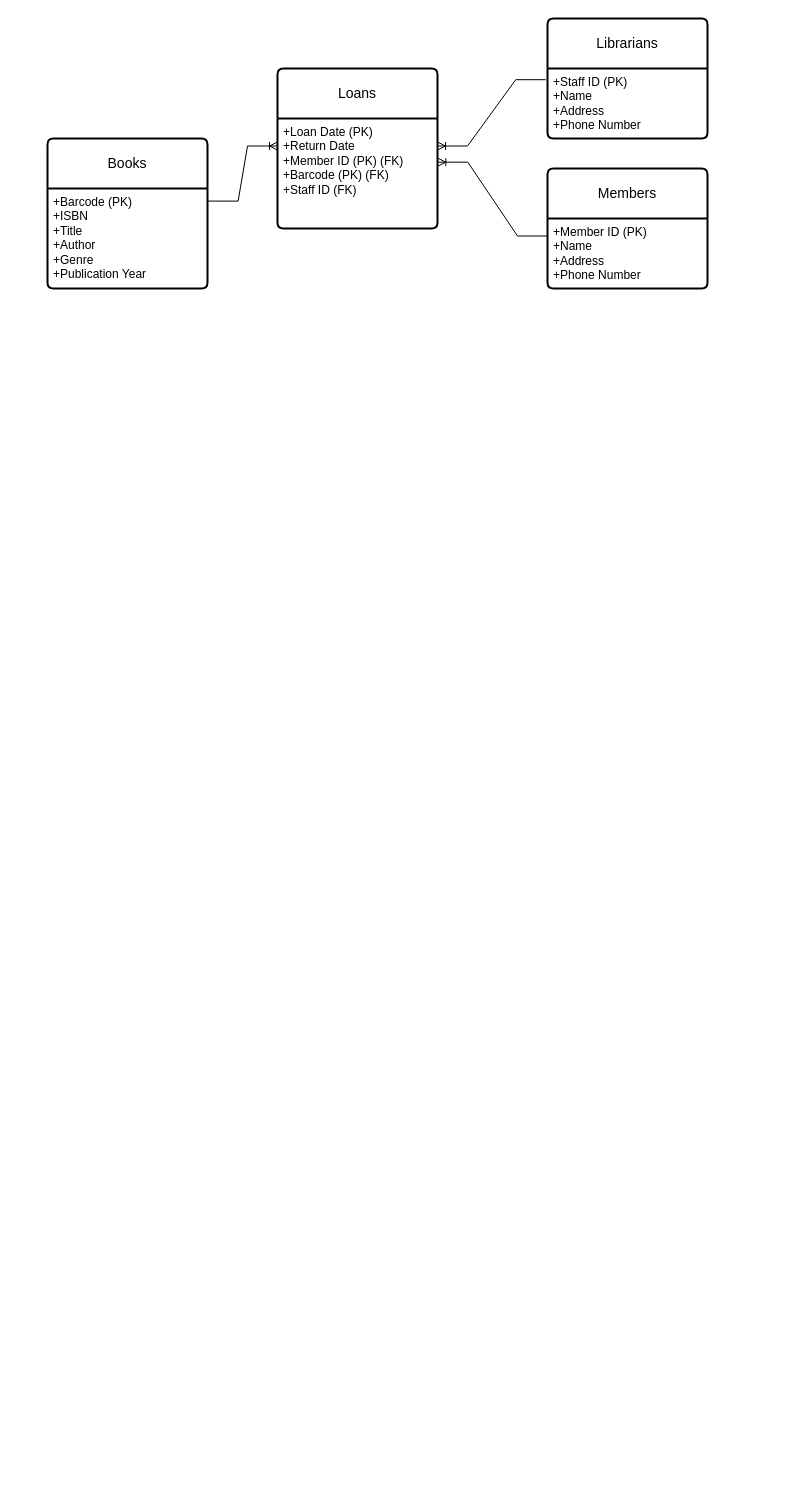
This is LibraryERD.drawio from SophiaZ4/at1, a draw.io file, before an edit. Source tidied: cells renumbered, new cells numbered last; positions are measured from the earlier drawing's top-left corner, leaving out a move shared by most shapes. Both pictures are drawn from the tidied source at 100%, with x=0, y=0 at pixel (47, 18).
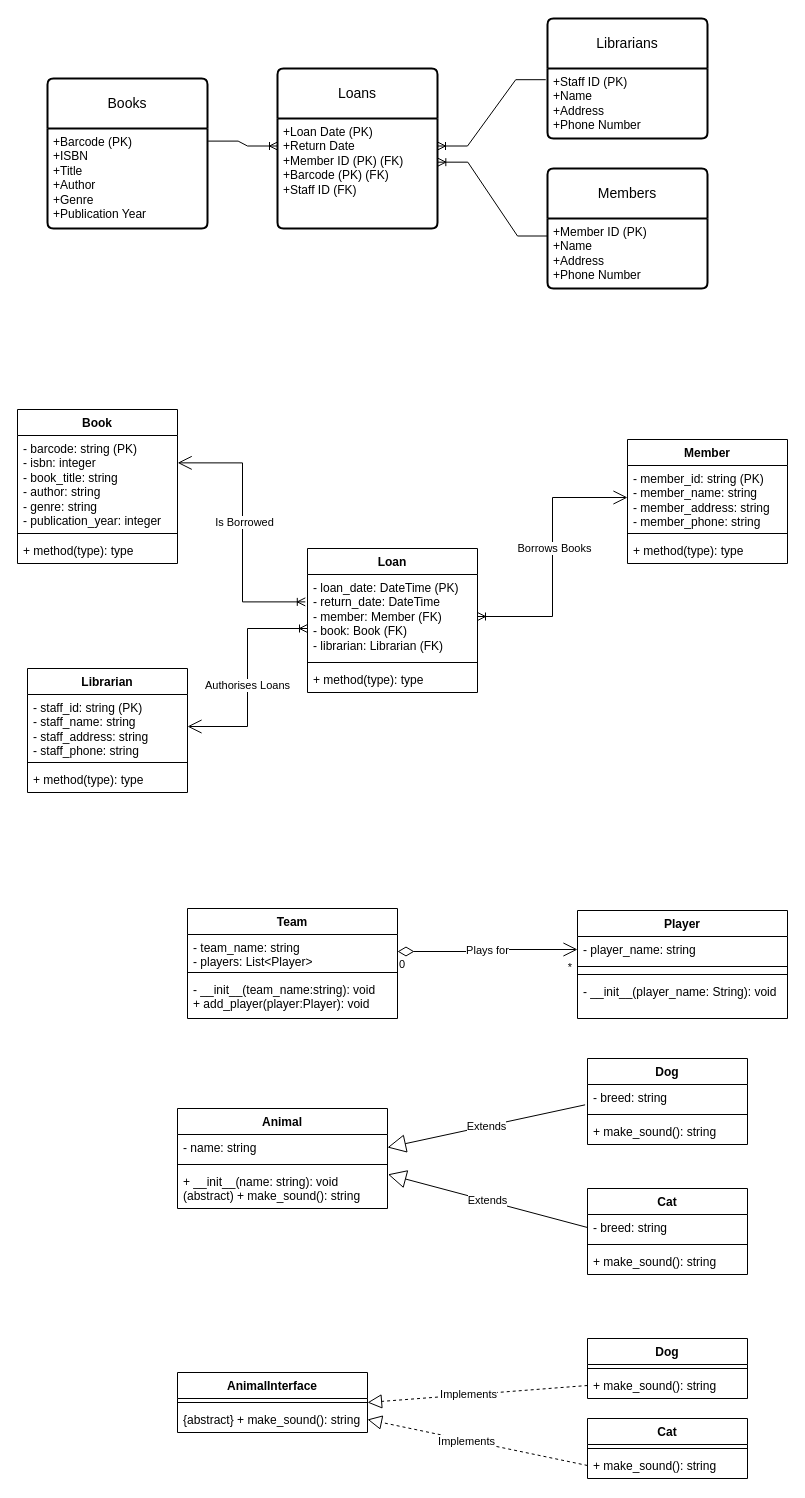
After the change.

The edit, as a diff of the source:
```diff
@@
     <mxCell id="8" value="Books" style="swimlane;horizontal=1;startSize=50;rounded=1;fontSize=14;fontStyle=0;strokeWidth=2;shadow=0;dashed=0;align=center;arcSize=4;whiteSpace=wrap;html=1;" parent="1" vertex="1">
-      <mxGeometry y="120" width="160" height="150" as="geometry" />
+      <mxGeometry y="60" width="160" height="150" as="geometry" />
     </mxCell>
@@
+    <mxCell id="13" value="Book" style="swimlane;fontStyle=1;align=center;verticalAlign=top;horizontal=1;startSize=26;whiteSpace=wrap;html=1;" parent="1" vertex="1">
+      <mxGeometry x="-30" y="391" width="160" height="154" as="geometry" />
+    </mxCell>
+    <mxCell id="14" value="- barcode: string (PK)&lt;div&gt;- isbn: integer&lt;/div&gt;&lt;div&gt;- book_title: string&lt;/div&gt;&lt;div&gt;- author: string&lt;/div&gt;&lt;div&gt;- genre: string&lt;/div&gt;&lt;div&gt;- publication_year: integer&lt;/div&gt;" style="text;strokeColor=none;fillColor=none;align=left;verticalAlign=top;spacingLeft=4;spacingRight=4;overflow=hidden;points=[[0,0.5],[1,0.5]];portConstraint=eastwest;whiteSpace=wrap;html=1;" parent="13" vertex="1">
+      <mxGeometry y="26" width="160" height="94" as="geometry" />
+    </mxCell>
+    <mxCell id="15" style="line;strokeWidth=1;fillColor=none;align=left;verticalAlign=middle;spacingTop=-1;spacingLeft=3;spacingRight=3;labelPosition=right;strokeColor=inherit;" parent="13" vertex="1">
+      <mxGeometry y="120" width="160" height="8" as="geometry" />
+    </mxCell>
+    <mxCell id="16" value="+ method(type): type" style="text;strokeColor=none;fillColor=none;align=left;verticalAlign=top;spacingLeft=4;spacingRight=4;overflow=hidden;whiteSpace=wrap;html=1;" parent="13" vertex="1">
+      <mxGeometry y="128" width="160" height="26" as="geometry" />
+    </mxCell>
+    <mxCell id="17" value="Loan" style="swimlane;fontStyle=1;align=center;verticalAlign=top;horizontal=1;startSize=26;whiteSpace=wrap;html=1;" parent="1" vertex="1">
+      <mxGeometry x="260" y="530" width="170" height="144" as="geometry" />
+    </mxCell>
+    <mxCell id="18" value="- loan_date: DateTime (PK)&lt;div&gt;- return_date: DateTime&lt;/div&gt;&lt;div&gt;- member: Member (FK)&lt;/div&gt;&lt;div&gt;- book: Book (FK)&lt;/div&gt;&lt;div&gt;- librarian: Librarian (FK)&lt;/div&gt;&lt;div&gt;&lt;br&gt;&lt;/div&gt;" style="text;strokeColor=none;fillColor=none;align=left;verticalAlign=top;spacingLeft=4;spacingRight=4;overflow=hidden;points=[[0,0.5],[1,0.5]];portConstraint=eastwest;whiteSpace=wrap;html=1;" parent="17" vertex="1">
+      <mxGeometry y="26" width="170" height="84" as="geometry" />
+    </mxCell>
+    <mxCell id="19" style="line;strokeWidth=1;fillColor=none;align=left;verticalAlign=middle;spacingTop=-1;spacingLeft=3;spacingRight=3;labelPosition=right;strokeColor=inherit;" parent="17" vertex="1">
+      <mxGeometry y="110" width="170" height="8" as="geometry" />
+    </mxCell>
+    <mxCell id="20" value="+ method(type): type" style="text;strokeColor=none;fillColor=none;align=left;verticalAlign=top;spacingLeft=4;spacingRight=4;overflow=hidden;whiteSpace=wrap;html=1;" parent="17" vertex="1">
+      <mxGeometry y="118" width="170" height="26" as="geometry" />
+    </mxCell>
+    <mxCell id="21" value="Member" style="swimlane;fontStyle=1;align=center;verticalAlign=top;horizontal=1;startSize=26;whiteSpace=wrap;html=1;" parent="1" vertex="1">
+      <mxGeometry x="580" y="421" width="160" height="124" as="geometry" />
+    </mxCell>
+    <mxCell id="22" value="- member_id: string (PK)&lt;div&gt;- member_name: string&lt;/div&gt;&lt;div&gt;- member_address: string&lt;/div&gt;&lt;div&gt;- member_phone: string&lt;/div&gt;" style="text;strokeColor=none;fillColor=none;align=left;verticalAlign=top;spacingLeft=4;spacingRight=4;overflow=hidden;points=[[0,0.5],[1,0.5]];portConstraint=eastwest;whiteSpace=wrap;html=1;" parent="21" vertex="1">
+      <mxGeometry y="26" width="160" height="64" as="geometry" />
+    </mxCell>
+    <mxCell id="23" style="line;strokeWidth=1;fillColor=none;align=left;verticalAlign=middle;spacingTop=-1;spacingLeft=3;spacingRight=3;labelPosition=right;strokeColor=inherit;" parent="21" vertex="1">
+      <mxGeometry y="90" width="160" height="8" as="geometry" />
+    </mxCell>
+    <mxCell id="24" value="+ method(type): type" style="text;strokeColor=none;fillColor=none;align=left;verticalAlign=top;spacingLeft=4;spacingRight=4;overflow=hidden;whiteSpace=wrap;html=1;" parent="21" vertex="1">
+      <mxGeometry y="98" width="160" height="26" as="geometry" />
+    </mxCell>
+    <mxCell id="25" value="Librarian" style="swimlane;fontStyle=1;align=center;verticalAlign=top;horizontal=1;startSize=26;whiteSpace=wrap;html=1;" parent="1" vertex="1">
+      <mxGeometry x="-20" y="650" width="160" height="124" as="geometry" />
+    </mxCell>
+    <mxCell id="26" value="- staff_id: string (PK)&lt;div&gt;- staff_name: string&lt;/div&gt;&lt;div&gt;- staff_address: string&lt;/div&gt;&lt;div&gt;- staff_phone: string&lt;/div&gt;" style="text;strokeColor=none;fillColor=none;align=left;verticalAlign=top;spacingLeft=4;spacingRight=4;overflow=hidden;points=[[0,0.5],[1,0.5]];portConstraint=eastwest;whiteSpace=wrap;html=1;" parent="25" vertex="1">
+      <mxGeometry y="26" width="160" height="64" as="geometry" />
+    </mxCell>
+    <mxCell id="27" style="line;strokeWidth=1;fillColor=none;align=left;verticalAlign=middle;spacingTop=-1;spacingLeft=3;spacingRight=3;labelPosition=right;strokeColor=inherit;" parent="25" vertex="1">
+      <mxGeometry y="90" width="160" height="8" as="geometry" />
+    </mxCell>
+    <mxCell id="28" value="+ method(type): type" style="text;strokeColor=none;fillColor=none;align=left;verticalAlign=top;spacingLeft=4;spacingRight=4;overflow=hidden;whiteSpace=wrap;html=1;" parent="25" vertex="1">
+      <mxGeometry y="98" width="160" height="26" as="geometry" />
+    </mxCell>
+    <mxCell id="29" style="endArrow=open;endFill=1;endSize=12;html=1;rounded=0;exitX=-0.013;exitY=0.326;exitDx=0;exitDy=0;exitPerimeter=0;entryX=1.001;entryY=0.291;entryDx=0;entryDy=0;entryPerimeter=0;startArrow=ERoneToMany;startFill=0;edgeStyle=orthogonalEdgeStyle;" parent="1" edge="1" source="18" target="14">
+      <mxGeometry relative="1" as="geometry" />
+    </mxCell>
+    <mxCell id="30" value="Is Borrowed" style="edgeLabel;html=1;align=center;verticalAlign=middle;" parent="29" vertex="1">
+      <mxGeometry x="0.07" y="-1" relative="1" as="geometry" />
+    </mxCell>
+    <mxCell id="31" style="endArrow=open;endFill=1;endSize=12;html=1;rounded=0;exitX=1;exitY=0.5;exitDx=0;exitDy=0;entryX=0;entryY=0.5;entryDx=0;entryDy=0;startArrow=ERoneToMany;startFill=0;edgeStyle=orthogonalEdgeStyle;" parent="1" edge="1" source="18" target="22">
+      <mxGeometry relative="1" as="geometry" />
+    </mxCell>
+    <mxCell id="32" value="Borrows Books" style="edgeLabel;html=1;align=center;verticalAlign=middle;" parent="31" vertex="1">
+      <mxGeometry x="0.07" y="-1" relative="1" as="geometry" />
+    </mxCell>
+    <mxCell id="33" style="endArrow=open;endFill=1;endSize=12;html=1;rounded=0;exitX=0;exitY=0.643;exitDx=0;exitDy=0;exitPerimeter=0;entryX=1;entryY=0.5;entryDx=0;entryDy=0;startArrow=ERoneToMany;startFill=0;edgeStyle=orthogonalEdgeStyle;" parent="1" edge="1" source="18" target="26">
+      <mxGeometry relative="1" as="geometry" />
+    </mxCell>
+    <mxCell id="34" value="Authorises Loans" style="edgeLabel;html=1;align=center;verticalAlign=middle;" parent="33" vertex="1">
+      <mxGeometry x="0.07" y="-1" relative="1" as="geometry" />
+    </mxCell>
+    <mxCell id="35" value="Team" style="swimlane;fontStyle=1;align=center;verticalAlign=top;horizontal=1;startSize=26;whiteSpace=wrap;html=1;" parent="1" vertex="1">
+      <mxGeometry x="140" y="890" width="210" height="110" as="geometry" />
+    </mxCell>
+    <mxCell id="36" value="- team_name: string&lt;div&gt;- players: List&amp;lt;Player&amp;gt;&lt;/div&gt;" style="text;strokeColor=none;fillColor=none;align=left;verticalAlign=top;spacingLeft=4;spacingRight=4;overflow=hidden;points=[[0,0.5],[1,0.5]];portConstraint=eastwest;whiteSpace=wrap;html=1;" parent="35" vertex="1">
+      <mxGeometry y="26" width="210" height="34" as="geometry" />
+    </mxCell>
+    <mxCell id="37" style="line;strokeWidth=1;fillColor=none;align=left;verticalAlign=middle;spacingTop=-1;spacingLeft=3;spacingRight=3;labelPosition=right;strokeColor=inherit;" parent="35" vertex="1">
+      <mxGeometry y="60" width="210" height="8" as="geometry" />
+    </mxCell>
+    <mxCell id="38" value="- __init__(team_name:string): void&lt;div&gt;+ add_player(player:Player): void&lt;/div&gt;" style="text;strokeColor=none;fillColor=none;align=left;verticalAlign=top;spacingLeft=4;spacingRight=4;overflow=hidden;whiteSpace=wrap;html=1;" parent="35" vertex="1">
+      <mxGeometry y="68" width="210" height="42" as="geometry" />
+    </mxCell>
+    <mxCell id="39" value="Player" style="swimlane;fontStyle=1;align=center;verticalAlign=top;horizontal=1;startSize=26;whiteSpace=wrap;html=1;" parent="1" vertex="1">
+      <mxGeometry x="530" y="892" width="210" height="108" as="geometry" />
+    </mxCell>
+    <mxCell id="40" value="- player_name: string" style="text;strokeColor=none;fillColor=none;align=left;verticalAlign=top;spacingLeft=4;spacingRight=4;overflow=hidden;points=[[0,0.5],[1,0.5]];portConstraint=eastwest;whiteSpace=wrap;html=1;" parent="39" vertex="1">
+      <mxGeometry y="26" width="210" height="26" as="geometry" />
+    </mxCell>
+    <mxCell id="41" style="line;strokeWidth=1;fillColor=none;align=left;verticalAlign=middle;spacingTop=-1;spacingLeft=3;spacingRight=3;labelPosition=right;strokeColor=inherit;" parent="39" vertex="1">
+      <mxGeometry y="52" width="210" height="8" as="geometry" />
+    </mxCell>
+    <mxCell id="42" style="line;strokeWidth=1;fillColor=none;align=left;verticalAlign=middle;spacingTop=-1;spacingLeft=3;spacingRight=3;labelPosition=right;strokeColor=inherit;" parent="39" vertex="1">
+      <mxGeometry y="60" width="210" height="8" as="geometry" />
+    </mxCell>
+    <mxCell id="43" value="- __init__(player_name: String): void" style="text;strokeColor=none;fillColor=none;align=left;verticalAlign=top;spacingLeft=4;spacingRight=4;overflow=hidden;whiteSpace=wrap;html=1;" parent="39" vertex="1">
+      <mxGeometry y="68" width="210" height="40" as="geometry" />
+    </mxCell>
+    <mxCell id="44" value="Plays for" style="endArrow=open;html=1;endSize=12;startArrow=diamondThin;startSize=14;startFill=0;edgeStyle=orthogonalEdgeStyle;rounded=0;exitX=1;exitY=0.5;exitDx=0;exitDy=0;entryX=0;entryY=0.5;entryDx=0;entryDy=0;" parent="1" edge="1" source="36" target="40">
+      <mxGeometry relative="1" as="geometry" />
+    </mxCell>
+    <mxCell id="45" value="0" style="edgeLabel;html=1;align=left;verticalAlign=top;" parent="44" vertex="1">
+      <mxGeometry x="-1" relative="1" as="geometry" />
+    </mxCell>
+    <mxCell id="46" value="*" style="edgeLabel;html=1;align=right;verticalAlign=top;" parent="44" vertex="1">
+      <mxGeometry x="1" relative="1" as="geometry">
+        <mxPoint x="-5" y="5" as="offset" />
+      </mxGeometry>
+    </mxCell>
+    <mxCell id="47" value="Animal" style="swimlane;fontStyle=1;align=center;verticalAlign=top;horizontal=1;startSize=26;whiteSpace=wrap;html=1;" parent="1" vertex="1">
+      <mxGeometry x="130" y="1090" width="210" height="100" as="geometry" />
+    </mxCell>
+    <mxCell id="48" value="- name: string" style="text;strokeColor=none;fillColor=none;align=left;verticalAlign=top;spacingLeft=4;spacingRight=4;overflow=hidden;points=[[0,0.5],[1,0.5]];portConstraint=eastwest;whiteSpace=wrap;html=1;" parent="47" vertex="1">
+      <mxGeometry y="26" width="210" height="26" as="geometry" />
+    </mxCell>
+    <mxCell id="49" style="line;strokeWidth=1;fillColor=none;align=left;verticalAlign=middle;spacingTop=-1;spacingLeft=3;spacingRight=3;labelPosition=right;strokeColor=inherit;" parent="47" vertex="1">
+      <mxGeometry y="52" width="210" height="8" as="geometry" />
+    </mxCell>
+    <mxCell id="50" value="+ __init__(name: string): void&amp;nbsp;&lt;div&gt;(abstract) + make_sound(): string&lt;/div&gt;" style="text;strokeColor=none;fillColor=none;align=left;verticalAlign=top;spacingLeft=4;spacingRight=4;overflow=hidden;points=[[0,0.5],[1,0.5]];portConstraint=eastwest;whiteSpace=wrap;html=1;" parent="47" vertex="1">
+      <mxGeometry y="60" width="210" height="40" as="geometry" />
+    </mxCell>
+    <mxCell id="51" value="Cat" style="swimlane;fontStyle=1;align=center;verticalAlign=top;horizontal=1;startSize=26;whiteSpace=wrap;html=1;" parent="1" vertex="1">
+      <mxGeometry x="540" y="1170" width="160" height="86" as="geometry" />
+    </mxCell>
+    <mxCell id="52" value="- breed: string" style="text;strokeColor=none;fillColor=none;align=left;verticalAlign=top;spacingLeft=4;spacingRight=4;overflow=hidden;points=[[0,0.5],[1,0.5]];portConstraint=eastwest;whiteSpace=wrap;html=1;" parent="51" vertex="1">
+      <mxGeometry y="26" width="160" height="26" as="geometry" />
+    </mxCell>
+    <mxCell id="53" style="line;strokeWidth=1;fillColor=none;align=left;verticalAlign=middle;spacingTop=-1;spacingLeft=3;spacingRight=3;labelPosition=right;strokeColor=inherit;" parent="51" vertex="1">
+      <mxGeometry y="52" width="160" height="8" as="geometry" />
+    </mxCell>
+    <mxCell id="54" value="+ make_sound(): string" style="text;strokeColor=none;fillColor=none;align=left;verticalAlign=top;spacingLeft=4;spacingRight=4;overflow=hidden;whiteSpace=wrap;html=1;" parent="51" vertex="1">
+      <mxGeometry y="60" width="160" height="26" as="geometry" />
+    </mxCell>
+    <mxCell id="55" value="Dog" style="swimlane;fontStyle=1;align=center;verticalAlign=top;horizontal=1;startSize=26;whiteSpace=wrap;html=1;" parent="1" vertex="1">
+      <mxGeometry x="540" y="1040" width="160" height="86" as="geometry" />
+    </mxCell>
+    <mxCell id="56" value="- breed: string" style="text;strokeColor=none;fillColor=none;align=left;verticalAlign=top;spacingLeft=4;spacingRight=4;overflow=hidden;points=[[0,0.5],[1,0.5]];portConstraint=eastwest;whiteSpace=wrap;html=1;" parent="55" vertex="1">
+      <mxGeometry y="26" width="160" height="26" as="geometry" />
+    </mxCell>
+    <mxCell id="57" style="line;strokeWidth=1;fillColor=none;align=left;verticalAlign=middle;spacingTop=-1;spacingLeft=3;spacingRight=3;labelPosition=right;strokeColor=inherit;" parent="55" vertex="1">
+      <mxGeometry y="52" width="160" height="8" as="geometry" />
+    </mxCell>
+    <mxCell id="58" value="+ make_sound(): string" style="text;strokeColor=none;fillColor=none;align=left;verticalAlign=top;spacingLeft=4;spacingRight=4;overflow=hidden;whiteSpace=wrap;html=1;" parent="55" vertex="1">
+      <mxGeometry y="60" width="160" height="26" as="geometry" />
+    </mxCell>
+    <mxCell id="59" value="Extends" style="endArrow=block;endSize=16;endFill=0;html=1;rounded=0;entryX=1;entryY=0.5;entryDx=0;entryDy=0;exitX=-0.015;exitY=0.782;exitDx=0;exitDy=0;exitPerimeter=0;" parent="1" edge="1" source="56" target="48">
+      <mxGeometry relative="1" as="geometry" />
+    </mxCell>
+    <mxCell id="60" value="Extends" style="endArrow=block;endSize=16;endFill=0;html=1;rounded=0;entryX=1.002;entryY=0.146;entryDx=0;entryDy=0;exitX=0;exitY=0.5;exitDx=0;exitDy=0;entryPerimeter=0;" parent="1" edge="1" source="52" target="50">
+      <mxGeometry relative="1" as="geometry" />
+    </mxCell>
+    <mxCell id="61" value="AnimalInterface" style="swimlane;fontStyle=1;align=center;verticalAlign=top;horizontal=1;startSize=26;whiteSpace=wrap;html=1;" parent="1" vertex="1">
+      <mxGeometry x="130" y="1354" width="190" height="60" as="geometry" />
+    </mxCell>
+    <mxCell id="62" style="line;strokeWidth=1;fillColor=none;align=left;verticalAlign=middle;spacingTop=-1;spacingLeft=3;spacingRight=3;labelPosition=right;strokeColor=inherit;" parent="61" vertex="1">
+      <mxGeometry y="26" width="190" height="8" as="geometry" />
+    </mxCell>
+    <mxCell id="63" value="{abstract} + make_sound(): string" style="text;strokeColor=none;fillColor=none;align=left;verticalAlign=top;spacingLeft=4;spacingRight=4;overflow=hidden;points=[[0,0.5],[1,0.5]];portConstraint=eastwest;whiteSpace=wrap;html=1;" parent="61" vertex="1">
+      <mxGeometry y="34" width="190" height="26" as="geometry" />
+    </mxCell>
+    <mxCell id="64" value="Cat" style="swimlane;fontStyle=1;align=center;verticalAlign=top;horizontal=1;startSize=26;whiteSpace=wrap;html=1;" parent="1" vertex="1">
+      <mxGeometry x="540" y="1400" width="160" height="60" as="geometry" />
+    </mxCell>
+    <mxCell id="65" style="line;strokeWidth=1;fillColor=none;align=left;verticalAlign=middle;spacingTop=-1;spacingLeft=3;spacingRight=3;labelPosition=right;strokeColor=inherit;" parent="64" vertex="1">
+      <mxGeometry y="26" width="160" height="8" as="geometry" />
+    </mxCell>
+    <mxCell id="66" value="+ make_sound(): string" style="text;strokeColor=none;fillColor=none;align=left;verticalAlign=top;spacingLeft=4;spacingRight=4;overflow=hidden;points=[[0,0.5],[1,0.5]];portConstraint=eastwest;whiteSpace=wrap;html=1;" parent="64" vertex="1">
+      <mxGeometry y="34" width="160" height="26" as="geometry" />
+    </mxCell>
+    <mxCell id="67" value="Dog" style="swimlane;fontStyle=1;align=center;verticalAlign=top;horizontal=1;startSize=26;whiteSpace=wrap;html=1;" parent="1" vertex="1">
+      <mxGeometry x="540" y="1320" width="160" height="60" as="geometry" />
+    </mxCell>
+    <mxCell id="68" style="line;strokeWidth=1;fillColor=none;align=left;verticalAlign=middle;spacingTop=-1;spacingLeft=3;spacingRight=3;labelPosition=right;strokeColor=inherit;" parent="67" vertex="1">
+      <mxGeometry y="26" width="160" height="8" as="geometry" />
+    </mxCell>
+    <mxCell id="69" value="+ make_sound(): string" style="text;strokeColor=none;fillColor=none;align=left;verticalAlign=top;spacingLeft=4;spacingRight=4;overflow=hidden;points=[[0,0.5],[1,0.5]];portConstraint=eastwest;whiteSpace=wrap;html=1;" parent="67" vertex="1">
+      <mxGeometry y="34" width="160" height="26" as="geometry" />
+    </mxCell>
+    <mxCell id="70" style="endArrow=block;dashed=1;endFill=0;endSize=12;html=1;rounded=0;entryX=1;entryY=0.5;entryDx=0;entryDy=0;exitX=0;exitY=0.5;exitDx=0;exitDy=0;" parent="1" edge="1" source="66" target="63">
+      <mxGeometry relative="1" as="geometry" />
+    </mxCell>
+    <mxCell id="71" value="Implements" style="edgeLabel;html=1;align=center;verticalAlign=middle;" parent="70" vertex="1">
+      <mxGeometry x="0.1" y="1" relative="1" as="geometry" />
+    </mxCell>
+    <mxCell id="72" style="endArrow=block;dashed=1;endFill=0;endSize=12;html=1;rounded=0;entryX=1;entryY=0.5;entryDx=0;entryDy=0;exitX=0;exitY=0.5;exitDx=0;exitDy=0;" parent="1" edge="1" source="69" target="61">
+      <mxGeometry relative="1" as="geometry" />
+    </mxCell>
+    <mxCell id="73" value="Implements" style="edgeLabel;html=1;align=center;verticalAlign=middle;" parent="72" vertex="1">
+      <mxGeometry x="0.09" y="-1" relative="1" as="geometry" />
+    </mxCell>
```
